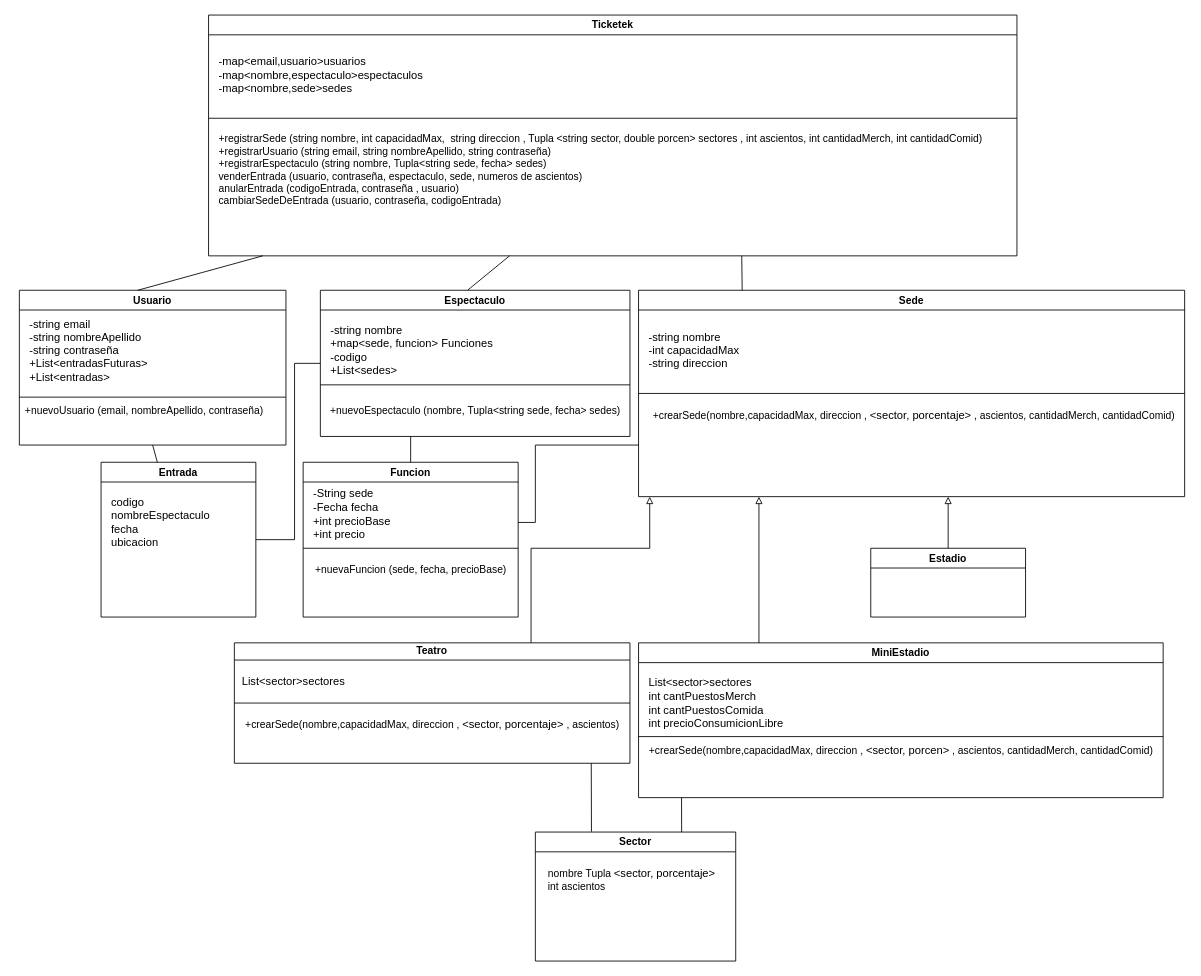
This is src/TPprog2.drawio from MarianoRada/TP-progra-2, a draw.io file, before an edit. Source tidied: cells renumbered, new cells numbered last; positions are measured from the earlier drawing's top-left corner, leaving out a move shared by most shapes. Both pictures are drawn from the tidied source at 86%, with x=0, y=0 at pixel (15, 15).
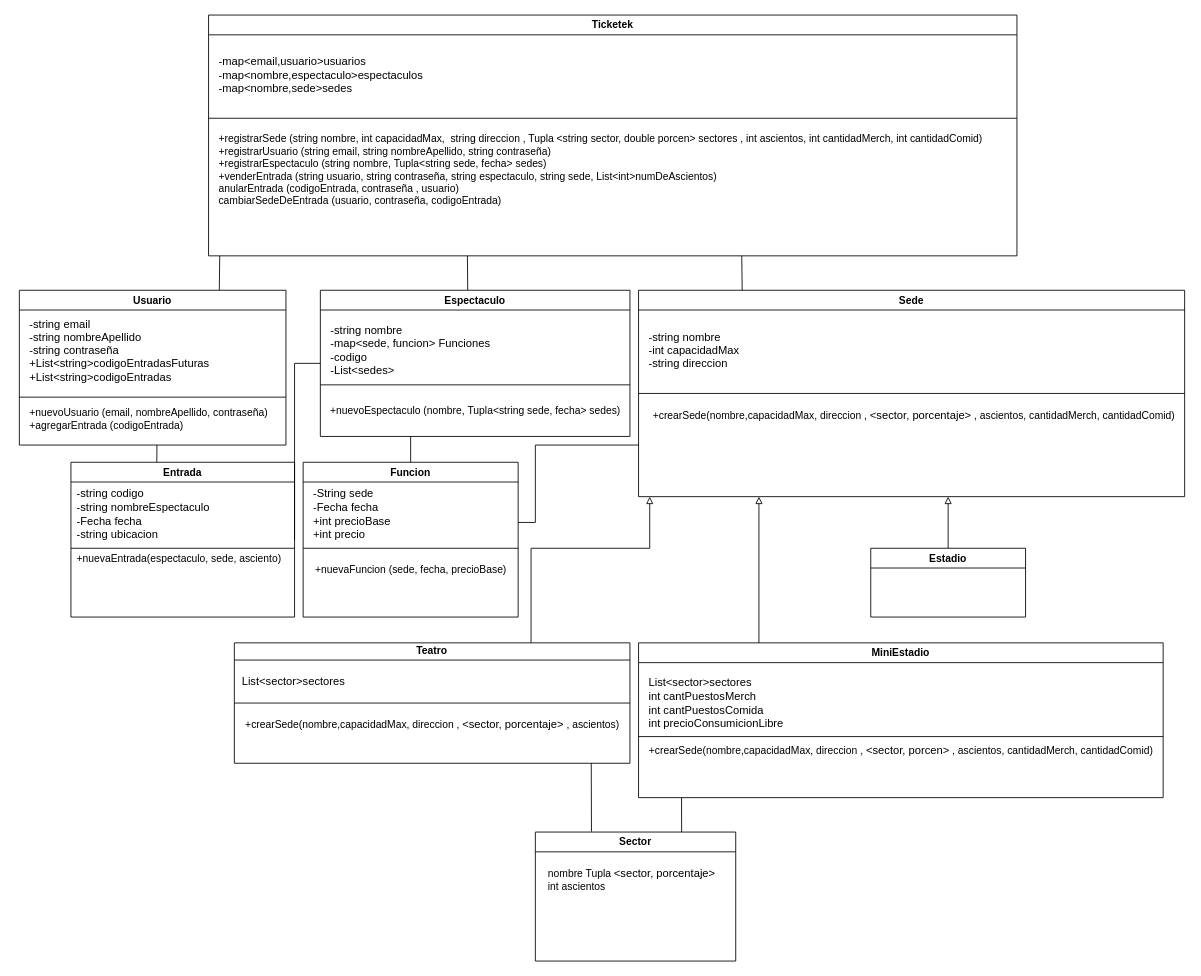
The same diagram, later.

The change refers to these unchanged cells:
```xml
<mxCell id="2" value="Usuario" style="swimlane;whiteSpace=wrap;html=1;fillStyle=auto;rounded=0;glass=0;shadow=0;swimlaneLine=1;" parent="1" vertex="1">
  <mxGeometry x="5" y="320" width="310" height="180" as="geometry" />
</mxCell>
<mxCell id="6" value="Ticketek" style="swimlane;whiteSpace=wrap;html=1;fillStyle=auto;rounded=0;glass=0;shadow=0;swimlaneLine=1;" parent="1" vertex="1">
  <mxGeometry x="225" width="940" height="280" as="geometry" />
</mxCell>
<mxCell id="30" value="Espectaculo" style="swimlane;whiteSpace=wrap;html=1;fillStyle=auto;rounded=0;glass=0;shadow=0;swimlaneLine=1;" parent="1" vertex="1">
  <mxGeometry x="355" y="320" width="360" height="170" as="geometry" />
</mxCell>
```

What changed in the source:
```diff
@@
-    <mxCell id="3" value="&lt;font style=&quot;font-size: 13px;&quot;&gt;-string email&lt;/font&gt;&lt;div&gt;&lt;font style=&quot;font-size: 13px;&quot;&gt;-string nombreApellido&lt;/font&gt;&lt;/div&gt;&lt;div&gt;&lt;font style=&quot;font-size: 13px;&quot;&gt;&lt;span style=&quot;background-color: transparent; color: light-dark(rgb(0, 0, 0), rgb(255, 255, 255));&quot;&gt;-string&amp;nbsp;&lt;/span&gt;contraseña&lt;/font&gt;&lt;/div&gt;&lt;div&gt;&lt;span style=&quot;font-size: 13px; background-color: transparent; color: light-dark(rgb(0, 0, 0), rgb(255, 255, 255));&quot;&gt;+List&lt;/span&gt;&lt;span style=&quot;font-size: 13px; background-color: transparent; color: light-dark(rgb(0, 0, 0), rgb(255, 255, 255));&quot;&gt;&amp;lt;entradasFuturas&lt;/span&gt;&lt;span style=&quot;font-size: 13px; background-color: transparent; color: light-dark(rgb(0, 0, 0), rgb(255, 255, 255));&quot;&gt;&amp;gt;&lt;/span&gt;&lt;/div&gt;&lt;div&gt;&lt;font style=&quot;font-size: 13px;&quot;&gt;+List&lt;span style=&quot;color: light-dark(rgb(0, 0, 0), rgb(255, 255, 255)); background-color: transparent;&quot;&gt;&amp;lt;entradas&lt;/span&gt;&lt;span style=&quot;color: light-dark(rgb(0, 0, 0), rgb(255, 255, 255)); background-color: transparent;&quot;&gt;&amp;gt;&lt;/span&gt;&lt;span style=&quot;color: light-dark(rgb(0, 0, 0), rgb(255, 255, 255)); background-color: transparent;&quot;&gt;&lt;/span&gt;&lt;/font&gt;&lt;/div&gt;" style="text;html=1;align=left;verticalAlign=middle;strokeColor=none;fillColor=none;" parent="2" vertex="1">
-      <mxGeometry x="10" y="25" width="160" height="90" as="geometry" />
+    <mxCell id="3" value="&lt;font style=&quot;font-size: 13px;&quot;&gt;-string email&lt;/font&gt;&lt;div&gt;&lt;font style=&quot;font-size: 13px;&quot;&gt;-string nombreApellido&lt;/font&gt;&lt;/div&gt;&lt;div&gt;&lt;font style=&quot;font-size: 13px;&quot;&gt;&lt;span style=&quot;background-color: transparent; color: light-dark(rgb(0, 0, 0), rgb(255, 255, 255));&quot;&gt;-string&amp;nbsp;&lt;/span&gt;contraseña&lt;/font&gt;&lt;/div&gt;&lt;div&gt;&lt;span style=&quot;font-size: 13px; background-color: transparent; color: light-dark(rgb(0, 0, 0), rgb(255, 255, 255));&quot;&gt;+List&lt;/span&gt;&lt;span style=&quot;font-size: 13px; background-color: transparent; color: light-dark(rgb(0, 0, 0), rgb(255, 255, 255));&quot;&gt;&amp;lt;string&lt;/span&gt;&lt;span style=&quot;font-size: 13px; background-color: transparent; color: light-dark(rgb(0, 0, 0), rgb(255, 255, 255));&quot;&gt;&amp;gt;codigoEntradasFuturas&lt;/span&gt;&lt;/div&gt;&lt;div&gt;&lt;font style=&quot;font-size: 13px;&quot;&gt;+List&lt;span style=&quot;color: light-dark(rgb(0, 0, 0), rgb(255, 255, 255)); background-color: transparent;&quot;&gt;&amp;lt;&lt;/span&gt;string&lt;span style=&quot;color: light-dark(rgb(0, 0, 0), rgb(255, 255, 255)); background-color: transparent;&quot;&gt;&amp;gt;codigoEntradas&lt;/span&gt;&lt;span style=&quot;color: light-dark(rgb(0, 0, 0), rgb(255, 255, 255)); background-color: transparent;&quot;&gt;&lt;/span&gt;&lt;/font&gt;&lt;/div&gt;" style="text;html=1;align=left;verticalAlign=middle;strokeColor=none;fillColor=none;" parent="2" vertex="1">
+      <mxGeometry x="10" y="25" width="230" height="90" as="geometry" />
     </mxCell>
+    <mxCell id="5" style="endArrow=none;html=1;rounded=0;" parent="2" edge="1">
+      <mxGeometry relative="1" as="geometry">
+        <mxPoint y="124.3" as="sourcePoint" />
+        <mxPoint x="310" y="124.3" as="targetPoint" />
+      </mxGeometry>
+    </mxCell>
-    <mxCell id="4" value="&lt;span style=&quot;text-align: left;&quot;&gt;+nuevoUsuario (email, nombreApellido, contraseña)&lt;/span&gt;" style="text;html=1;align=center;verticalAlign=middle;strokeColor=none;fillColor=none;" parent="2" vertex="1">
-      <mxGeometry x="-5" y="125" width="300" height="30" as="geometry" />
+    <mxCell id="4" value="&lt;span style=&quot;&quot;&gt;+nuevoUsuario (email, nombreApellido, contraseña)&lt;/span&gt;&lt;div&gt;&lt;span style=&quot;&quot;&gt;+agregarEntrada (codigoEntrada)&lt;/span&gt;&lt;/div&gt;" style="text;html=1;align=left;verticalAlign=middle;strokeColor=none;fillColor=none;" parent="2" vertex="1">
+      <mxGeometry x="10" y="130" width="300" height="40" as="geometry" />
     </mxCell>
-    <mxCell id="5" style="endArrow=none;html=1;rounded=0;" parent="2" edge="1">
-      <mxGeometry relative="1" as="geometry">
-        <mxPoint y="124.3" as="sourcePoint" />
-        <mxPoint x="310" y="124.3" as="targetPoint" />
-      </mxGeometry>
-    </mxCell>
@@
-    <mxCell id="8" style="endArrow=none;html=1;rounded=0;exitX=0.444;exitY=0;exitDx=0;exitDy=0;exitPerimeter=0;" parent="6" edge="1" source="2">
+    <mxCell id="8" style="endArrow=none;html=1;rounded=0;exitX=0.75;exitY=0;exitDx=0;exitDy=0;" parent="6" edge="1" source="2">
       <mxGeometry relative="1" as="geometry">
-        <mxPoint x="63" y="280" as="targetPoint" />
+        <mxPoint x="13" y="280" as="targetPoint" />
       </mxGeometry>
     </mxCell>
@@
-    <mxCell id="10" value="&lt;font&gt;+registrarSede (string nombre, int capacidadMax,&amp;nbsp; string direccion , Tupla&amp;nbsp;&lt;span style=&quot;color: light-dark(rgb(0, 0, 0), rgb(255, 255, 255)); background-color: transparent;&quot;&gt;&amp;lt;string sector, double porcen&lt;/span&gt;&lt;span style=&quot;color: light-dark(rgb(0, 0, 0), rgb(255, 255, 255)); background-color: transparent;&quot;&gt;&amp;gt;&lt;/span&gt;&amp;nbsp;sectores , int ascientos, int cantidadMerch, int cantidadComid)&lt;/font&gt;&lt;div&gt;&lt;font&gt;+registrarUsuario (string email, string nombreApellido, string contraseña)&lt;/font&gt;&lt;/div&gt;&lt;div&gt;&lt;font&gt;+registrarEspectaculo (string nombre,&amp;nbsp;Tupla&lt;span style=&quot;color: light-dark(rgb(0, 0, 0), rgb(255, 255, 255)); background-color: transparent;&quot;&gt;&amp;lt;string sede, fecha&lt;/span&gt;&lt;span style=&quot;color: light-dark(rgb(0, 0, 0), rgb(255, 255, 255)); background-color: transparent;&quot;&gt;&amp;gt; sedes&lt;/span&gt;)&lt;/font&gt;&lt;/div&gt;&lt;div&gt;&lt;font&gt;venderEntrada (usuario, contraseña, espectaculo, sede, numeros de ascientos)&lt;/font&gt;&lt;/div&gt;&lt;div&gt;&lt;font&gt;anularEntrada (codigoEntrada, contraseña , usuario)&lt;/font&gt;&lt;/div&gt;&lt;div&gt;&lt;font&gt;cambiarSedeDeEntrada (usuario, contraseña, codigoEntrada)&lt;/font&gt;&lt;/div&gt;" style="text;html=1;align=left;verticalAlign=middle;strokeColor=none;fillColor=none;" parent="6" vertex="1">
+    <mxCell id="10" value="&lt;font&gt;+registrarSede (string nombre, int capacidadMax,&amp;nbsp; string direccion , Tupla&amp;nbsp;&lt;span style=&quot;color: light-dark(rgb(0, 0, 0), rgb(255, 255, 255)); background-color: transparent;&quot;&gt;&amp;lt;string sector, double porcen&lt;/span&gt;&lt;span style=&quot;color: light-dark(rgb(0, 0, 0), rgb(255, 255, 255)); background-color: transparent;&quot;&gt;&amp;gt;&lt;/span&gt;&amp;nbsp;sectores , int ascientos, int cantidadMerch, int cantidadComid)&lt;/font&gt;&lt;div&gt;&lt;font&gt;+registrarUsuario (string email, string nombreApellido, string contraseña)&lt;/font&gt;&lt;/div&gt;&lt;div&gt;&lt;font&gt;+registrarEspectaculo (string nombre,&amp;nbsp;Tupla&lt;span style=&quot;color: light-dark(rgb(0, 0, 0), rgb(255, 255, 255)); background-color: transparent;&quot;&gt;&amp;lt;string sede, fecha&lt;/span&gt;&lt;span style=&quot;color: light-dark(rgb(0, 0, 0), rgb(255, 255, 255)); background-color: transparent;&quot;&gt;&amp;gt; sedes&lt;/span&gt;)&lt;/font&gt;&lt;/div&gt;&lt;div&gt;&lt;font&gt;+venderEntrada (string usuario, string contraseña, string espectaculo, string sede, List&lt;/font&gt;&lt;span style=&quot;background-color: transparent; color: light-dark(rgb(0, 0, 0), rgb(255, 255, 255));&quot;&gt;&amp;lt;int&lt;/span&gt;&lt;span style=&quot;background-color: transparent; color: light-dark(rgb(0, 0, 0), rgb(255, 255, 255));&quot;&gt;&amp;gt;&lt;/span&gt;&lt;span style=&quot;background-color: transparent; color: light-dark(rgb(0, 0, 0), rgb(255, 255, 255));&quot;&gt;numDeAscientos)&lt;/span&gt;&lt;/div&gt;&lt;div&gt;&lt;font&gt;anularEntrada (codigoEntrada, contraseña , usuario)&lt;/font&gt;&lt;/div&gt;&lt;div&gt;&lt;font&gt;cambiarSedeDeEntrada (usuario, contraseña, codigoEntrada)&lt;/font&gt;&lt;/div&gt;" style="text;html=1;align=left;verticalAlign=middle;strokeColor=none;fillColor=none;" parent="6" vertex="1">
       <mxGeometry x="10" y="130" width="910" height="100" as="geometry" />
     </mxCell>
@@
     <mxCell id="27" value="Entrada" style="swimlane;whiteSpace=wrap;html=1;fillStyle=auto;rounded=0;glass=0;shadow=0;swimlaneLine=1;" parent="1" vertex="1">
-      <mxGeometry x="100" y="520" width="180" height="180" as="geometry" />
+      <mxGeometry x="65" y="520" width="260" height="180" as="geometry" />
     </mxCell>
-    <mxCell id="28" value="&lt;div&gt;&lt;span style=&quot;font-size: 13px;&quot;&gt;codigo&lt;/span&gt;&lt;/div&gt;&lt;div&gt;&lt;span style=&quot;font-size: 13px;&quot;&gt;nombreEspectaculo&lt;/span&gt;&lt;/div&gt;&lt;div&gt;&lt;span style=&quot;font-size: 13px;&quot;&gt;fecha&lt;/span&gt;&lt;/div&gt;&lt;div&gt;&lt;span style=&quot;font-size: 13px;&quot;&gt;ubicacion&lt;/span&gt;&lt;/div&gt;" style="text;html=1;align=left;verticalAlign=middle;strokeColor=none;fillColor=none;" parent="27" vertex="1">
-      <mxGeometry x="10" y="30" width="140" height="80" as="geometry" />
+    <mxCell id="28" value="&lt;div&gt;&lt;span style=&quot;font-size: 13px;&quot;&gt;-string codigo&lt;/span&gt;&lt;/div&gt;&lt;div&gt;&lt;span style=&quot;font-size: 13px;&quot;&gt;-string nombreEspectaculo&lt;/span&gt;&lt;/div&gt;&lt;div&gt;&lt;span style=&quot;font-size: 13px;&quot;&gt;-Fecha fecha&lt;/span&gt;&lt;/div&gt;&lt;div&gt;&lt;span style=&quot;font-size: 13px;&quot;&gt;-string ubicacion&lt;/span&gt;&lt;/div&gt;" style="text;html=1;align=left;verticalAlign=middle;strokeColor=none;fillColor=none;" parent="27" vertex="1">
+      <mxGeometry x="5" y="20" width="180" height="80" as="geometry" />
     </mxCell>
+    <mxCell id="48" style="endArrow=none;html=1;rounded=0;" parent="27" edge="1">
+      <mxGeometry relative="1" as="geometry">
+        <mxPoint y="100" as="sourcePoint" />
+        <mxPoint x="260" y="100" as="targetPoint" />
+      </mxGeometry>
+    </mxCell>
+    <mxCell id="49" value="+nuevaEntrada(espectaculo, sede, asciento)&lt;div&gt;&lt;br&gt;&lt;/div&gt;" style="text;html=1;align=left;verticalAlign=middle;strokeColor=none;fillColor=none;" parent="27" vertex="1">
+      <mxGeometry x="5" y="100" width="260" height="40" as="geometry" />
+    </mxCell>
-    <mxCell id="29" style="endArrow=none;html=1;rounded=0;entryX=0.5;entryY=1;entryDx=0;entryDy=0;" parent="1" edge="1" source="27" target="2">
-      <mxGeometry relative="1" as="geometry" />
+    <mxCell id="29" style="endArrow=none;html=1;rounded=0;exitX=0.384;exitY=-0.002;exitDx=0;exitDy=0;exitPerimeter=0;" parent="1" edge="1" source="27">
+      <mxGeometry relative="1" as="geometry">
+        <mxPoint x="165" y="500" as="targetPoint" />
+      </mxGeometry>
     </mxCell>
@@
-    <mxCell id="31" value="&lt;div&gt;&lt;span style=&quot;font-size: 13px;&quot;&gt;-string nombre&lt;/span&gt;&lt;/div&gt;&lt;div&gt;&lt;span style=&quot;color: light-dark(rgb(0, 0, 0), rgb(255, 255, 255)); background-color: transparent; font-size: 13px;&quot;&gt;+map&amp;lt;sede, funcion&lt;/span&gt;&lt;span style=&quot;color: light-dark(rgb(0, 0, 0), rgb(255, 255, 255)); background-color: transparent; font-size: 13px;&quot;&gt;&amp;gt; Funciones&lt;/span&gt;&lt;/div&gt;&lt;div&gt;&lt;span style=&quot;font-size: 13px;&quot;&gt;-codigo&lt;/span&gt;&lt;/div&gt;&lt;div&gt;&lt;span style=&quot;font-size: 13px;&quot;&gt;+List&lt;/span&gt;&lt;span style=&quot;font-size: 13px; background-color: transparent; color: light-dark(rgb(0, 0, 0), rgb(255, 255, 255));&quot;&gt;&amp;lt;sedes&lt;/span&gt;&lt;span style=&quot;background-color: transparent; color: light-dark(rgb(0, 0, 0), rgb(255, 255, 255)); font-size: 13px;&quot;&gt;&amp;gt;&lt;/span&gt;&lt;/div&gt;" style="text;html=1;align=left;verticalAlign=middle;strokeColor=none;fillColor=none;" parent="30" vertex="1">
+    <mxCell id="31" value="&lt;div&gt;&lt;span style=&quot;font-size: 13px;&quot;&gt;-string nombre&lt;/span&gt;&lt;/div&gt;&lt;div&gt;&lt;span style=&quot;color: light-dark(rgb(0, 0, 0), rgb(255, 255, 255)); background-color: transparent; font-size: 13px;&quot;&gt;-map&amp;lt;sede, funcion&lt;/span&gt;&lt;span style=&quot;color: light-dark(rgb(0, 0, 0), rgb(255, 255, 255)); background-color: transparent; font-size: 13px;&quot;&gt;&amp;gt; Funciones&lt;/span&gt;&lt;/div&gt;&lt;div&gt;&lt;span style=&quot;font-size: 13px;&quot;&gt;-codigo&lt;/span&gt;&lt;/div&gt;&lt;div&gt;&lt;span style=&quot;font-size: 13px;&quot;&gt;-List&lt;/span&gt;&lt;span style=&quot;font-size: 13px; background-color: transparent; color: light-dark(rgb(0, 0, 0), rgb(255, 255, 255));&quot;&gt;&amp;lt;sedes&lt;/span&gt;&lt;span style=&quot;background-color: transparent; color: light-dark(rgb(0, 0, 0), rgb(255, 255, 255)); font-size: 13px;&quot;&gt;&amp;gt;&lt;/span&gt;&lt;/div&gt;" style="text;html=1;align=left;verticalAlign=middle;strokeColor=none;fillColor=none;" parent="30" vertex="1">
       <mxGeometry x="10" y="30" width="210" height="80" as="geometry" />
     </mxCell>
@@
     <mxCell id="40" style="endArrow=none;html=1;rounded=0;exitX=0.476;exitY=-0.001;exitDx=0;exitDy=0;exitPerimeter=0;" parent="1" edge="1" source="30">
       <mxGeometry relative="1" as="geometry">
-        <mxPoint x="575" y="280" as="targetPoint" />
+        <mxPoint x="526" y="280" as="targetPoint" />
       </mxGeometry>
     </mxCell>
```
